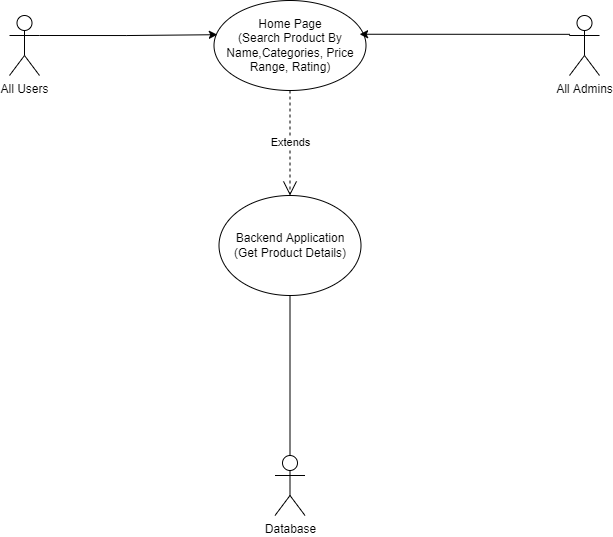
Before: Use case diagram/browse.png, a diagram exported from draw.io (mohitleo03/Software-Engineering-Project-Management). Source tidied: cells renumbered, new cells last; positions are measured from the earlier drawing's top-left corner, leaving out a move shared by most shapes.
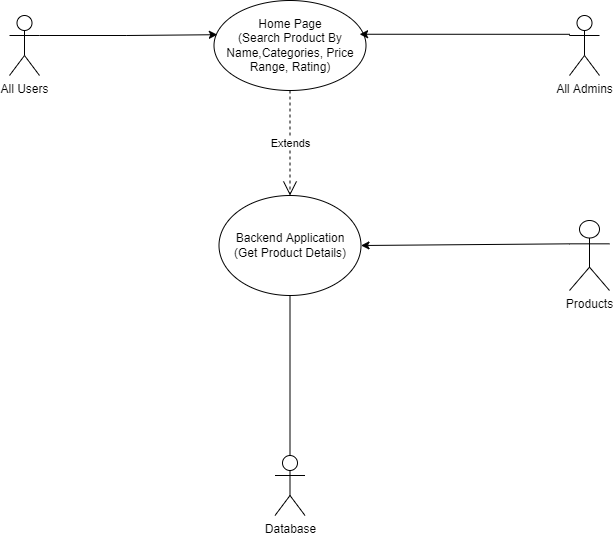
Later version of the same file.

The edit, as a diff of the source:
```diff
@@ -33,5 +33,11 @@
     <mxCell id="10" style="endArrow=none;html=1;rounded=0;exitX=0.5;exitY=0;exitDx=0;exitDy=0;exitPerimeter=0;entryX=0.5;entryY=1;entryDx=0;entryDy=0;" parent="1" edge="1" source="8" target="3">
       <mxGeometry relative="1" as="geometry" />
     </mxCell>
+    <mxCell id="11" value="Products" style="shape=umlActor;verticalLabelPosition=bottom;verticalAlign=top;html=1;outlineConnect=0;" parent="1" vertex="1">
+      <mxGeometry x="560" y="220" width="40" height="70" as="geometry" />
+    </mxCell>
+    <mxCell id="12" style="endArrow=classic;html=1;rounded=0;exitX=0;exitY=0.3333333333333333;exitDx=0;exitDy=0;exitPerimeter=0;entryX=1;entryY=0.5;entryDx=0;entryDy=0;" parent="1" edge="1" source="11" target="3">
+      <mxGeometry relative="1" as="geometry" />
+    </mxCell>
   </root>
 </mxGraphModel>
```
